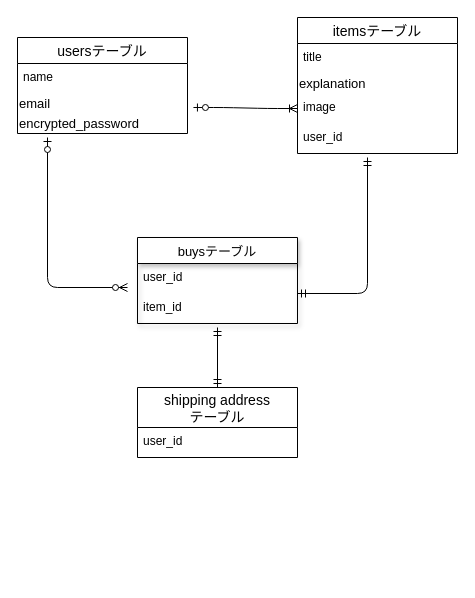
Before: furima.dio in nori35/furima-36164, a draw.io diagram. Source tidied: cells renumbered, new cells numbered last; positions are measured from the earlier drawing's top-left corner, leaving out a move shared by most shapes. Both pictures are drawn from the tidied source at 100%, with x=0, y=0 at pixel (17, 17).
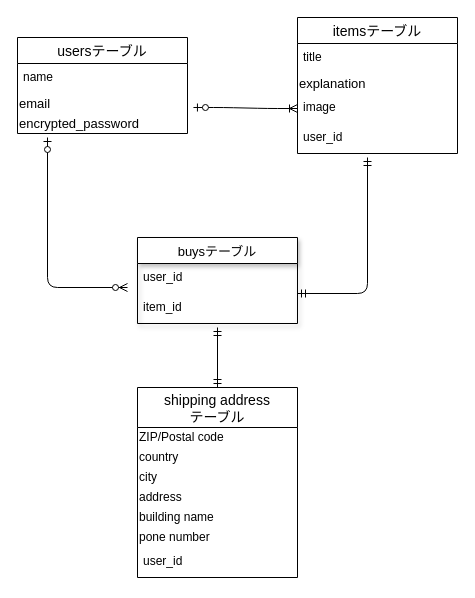
After the change.

Diff of the diagram source:
```diff
@@
     <mxCell id="15" value="shipping address&#10;テーブル" style="swimlane;fontStyle=0;horizontal=1;startSize=40;align=center;fontSize=14;rotation=0;direction=east;" parent="1" vertex="1">
-      <mxGeometry x="120" y="370" width="160" height="70" as="geometry" />
+      <mxGeometry x="120" y="370" width="160" height="190" as="geometry" />
     </mxCell>
+    <mxCell id="20" value="ZIP/Postal code" style="text;html=1;align=left;verticalAlign=middle;fillColor=none;strokeColor=none;rounded=0;textDirection=ltr;" parent="15" vertex="1">
+      <mxGeometry y="40" width="160" height="20" as="geometry" />
+    </mxCell>
+    <mxCell id="21" value="country" style="text;html=1;align=left;verticalAlign=middle;fillColor=none;strokeColor=none;rounded=0;" parent="15" vertex="1">
+      <mxGeometry y="60" width="160" height="20" as="geometry" />
+    </mxCell>
+    <mxCell id="22" value="city" style="text;html=1;align=left;verticalAlign=middle;fillColor=none;strokeColor=none;rounded=0;" parent="15" vertex="1">
+      <mxGeometry y="80" width="160" height="20" as="geometry" />
+    </mxCell>
+    <mxCell id="23" value="address" style="text;html=1;align=left;verticalAlign=middle;fillColor=none;strokeColor=none;rounded=0;" parent="15" vertex="1">
+      <mxGeometry y="100" width="160" height="20" as="geometry" />
+    </mxCell>
+    <mxCell id="24" value="building name" style="text;html=1;align=left;verticalAlign=middle;fillColor=none;strokeColor=none;rounded=0;" parent="15" vertex="1">
+      <mxGeometry y="120" width="160" height="20" as="geometry" />
+    </mxCell>
+    <mxCell id="25" value="pone number" style="text;html=1;align=left;verticalAlign=middle;fillColor=none;strokeColor=none;rounded=0;" parent="15" vertex="1">
+      <mxGeometry y="140" width="160" height="20" as="geometry" />
+    </mxCell>
     <mxCell id="16" value="user_id" style="text;strokeColor=none;fillColor=none;spacingLeft=4;spacingRight=4;overflow=hidden;fontSize=12;rotation=0;" parent="15" vertex="1">
-      <mxGeometry y="40" width="160" height="30" as="geometry" />
+      <mxGeometry y="160" width="160" height="30" as="geometry" />
     </mxCell>
```
